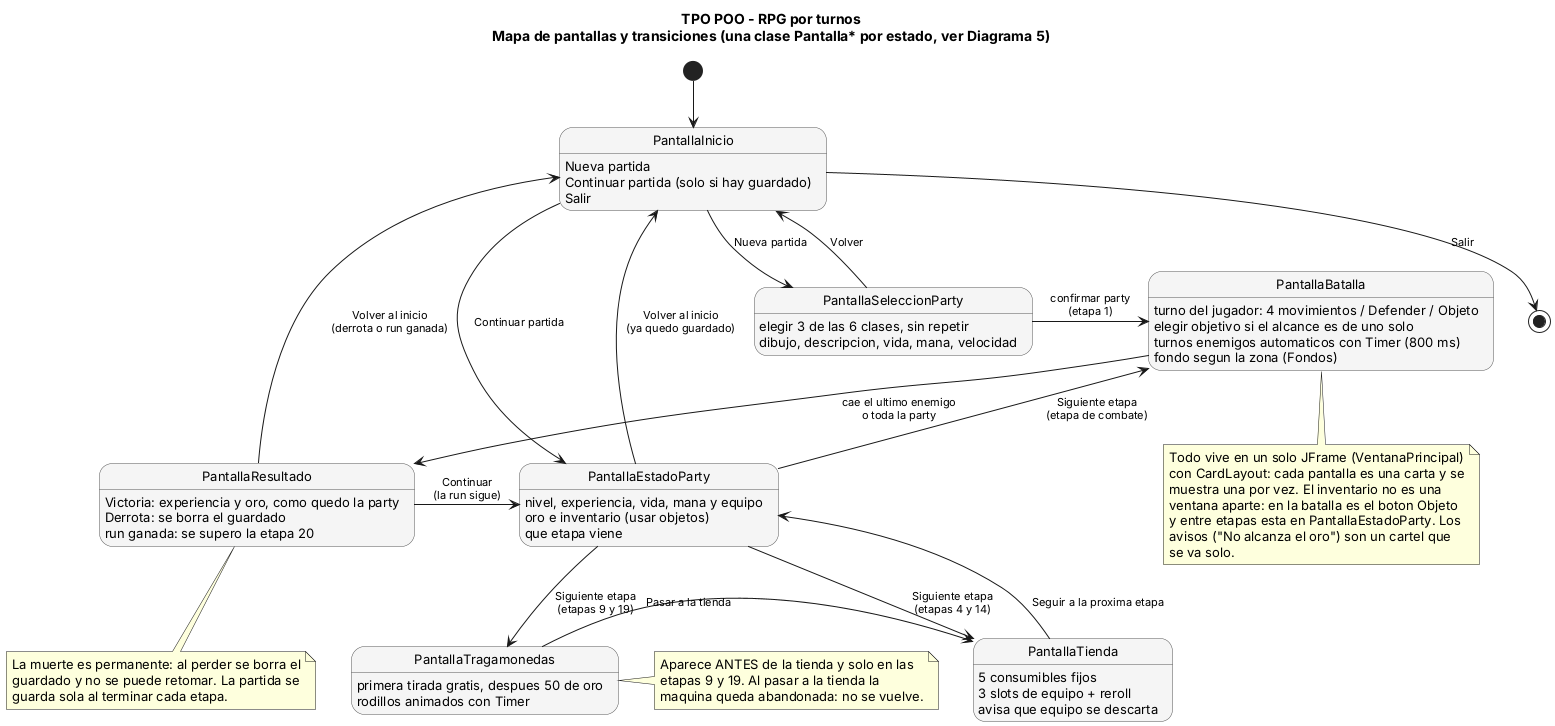
Before: diagramas/S3_mapa_de_pantallas.png, a diagram exported from PlantUML (lukitas-jpg/JuegoPOO).
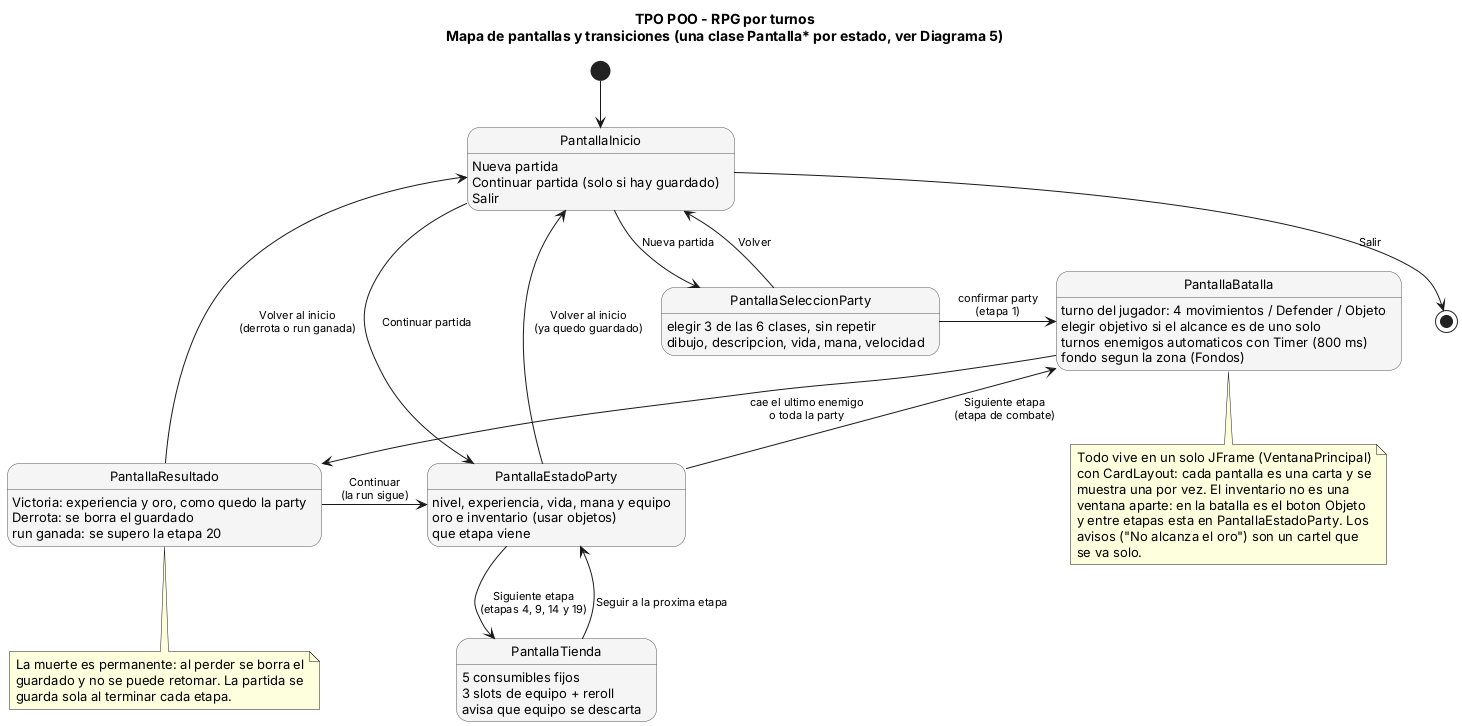
The same diagram one commit later.

The edit, as a diff of the source:
```diff
@@ -42,11 +42,6 @@
   PantallaEstadoParty : que etapa viene
 }
 
-state PantallaTragamonedas {
-  PantallaTragamonedas : primera tirada gratis, despues 50 de oro
-  PantallaTragamonedas : rodillos animados con Timer
-}
-
 state PantallaTienda {
   PantallaTienda : 5 consumibles fijos
   PantallaTienda : 3 slots de equipo + reroll
@@ -66,18 +61,10 @@
 PantallaResultado -up-> PantallaInicio : Volver al inicio\n(derrota o run ganada)
 
 PantallaEstadoParty -up-> PantallaBatalla : Siguiente etapa\n(etapa de combate)
-PantallaEstadoParty -down-> PantallaTienda : Siguiente etapa\n(etapas 4 y 14)
-PantallaEstadoParty -down-> PantallaTragamonedas : Siguiente etapa\n(etapas 9 y 19)
+PantallaEstadoParty -down-> PantallaTienda : Siguiente etapa\n(etapas 4, 9, 14 y 19)
 PantallaEstadoParty -up-> PantallaInicio : Volver al inicio\n(ya quedo guardado)
 
-PantallaTragamonedas -right-> PantallaTienda : Pasar a la tienda
 PantallaTienda -up-> PantallaEstadoParty : Seguir a la proxima etapa
-
-note right of PantallaTragamonedas
-  Aparece ANTES de la tienda y solo en las
-  etapas 9 y 19. Al pasar a la tienda la
-  maquina queda abandonada: no se vuelve.
-end note
 
 note bottom of PantallaBatalla
   Todo vive en un solo JFrame (VentanaPrincipal)
```
